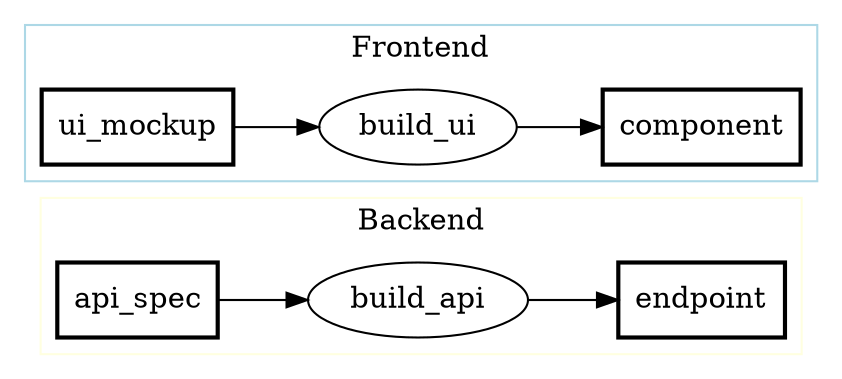
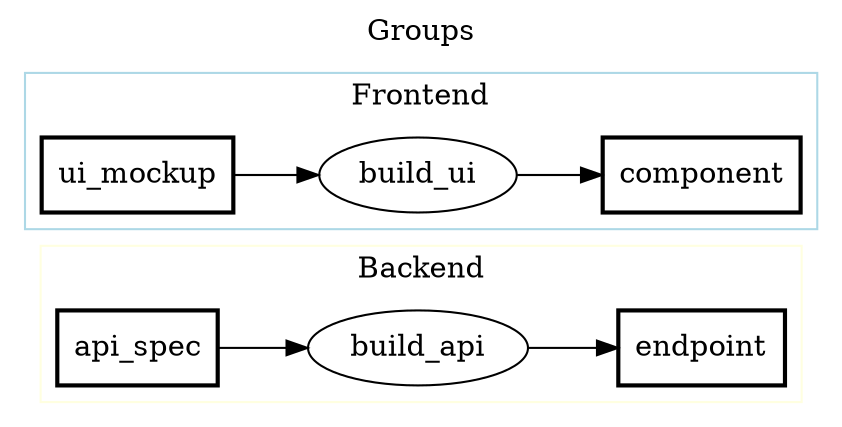
digraph PFDSL {
  rankdir=LR;
  newrank=true;
+   label="Groups";
+   labelloc="t";

  subgraph cluster_backend {
    label="Backend";
    color="lightyellow";
    "api_spec" [shape=box, label="api_spec", penwidth="2"];
    "build_api" [shape=ellipse, label="build_api"];
    "endpoint" [shape=box, label="endpoint", penwidth="2"];
  }
  subgraph cluster_frontend {
    label="Frontend";
    color="lightblue";
    "build_ui" [shape=ellipse, label="build_ui"];
    "component" [shape=box, label="component", penwidth="2"];
    "ui_mockup" [shape=box, label="ui_mockup", penwidth="2"];
  }

  "api_spec" -> "build_api";
  "build_api" -> "endpoint";
  "ui_mockup" -> "build_ui";
  "build_ui" -> "component";
}
